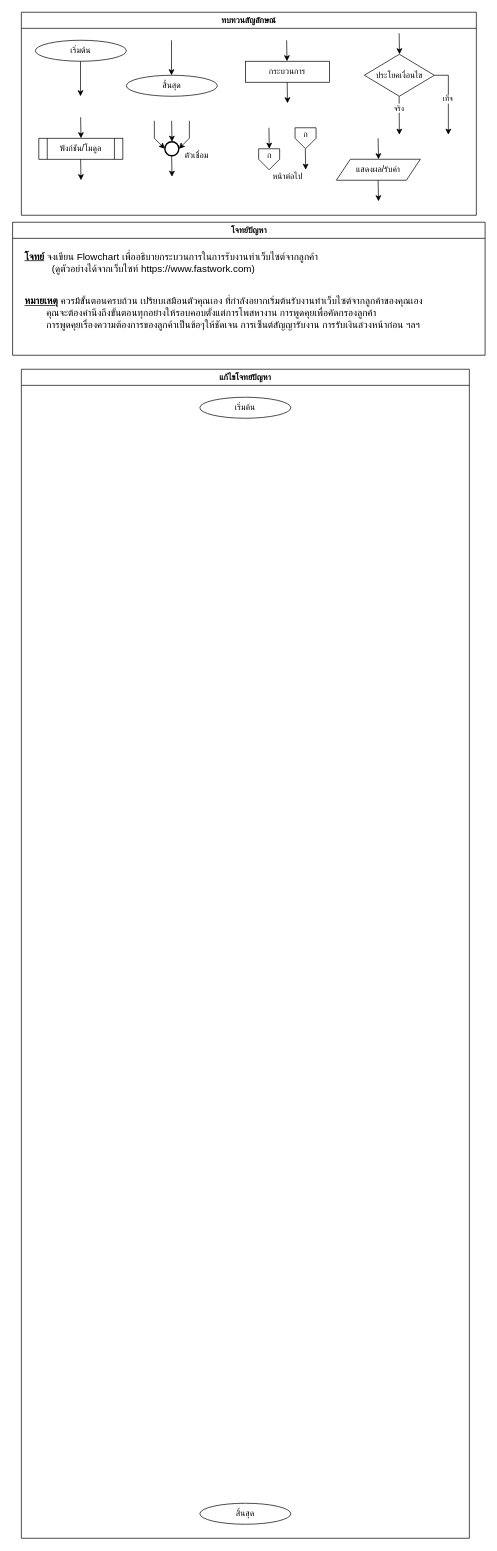
This is Homework/HW02/hw02-2-requirement.drawio from engcc304/hw02-2-user-requirement-Cinnamon77777, a draw.io file, before an edit. Source tidied: cells renumbered, new cells numbered last; positions are measured from the earlier drawing's top-left corner, leaving out a move shared by most shapes. Both pictures are drawn from the tidied source at 70%, with x=0, y=0 at pixel (13, 12).
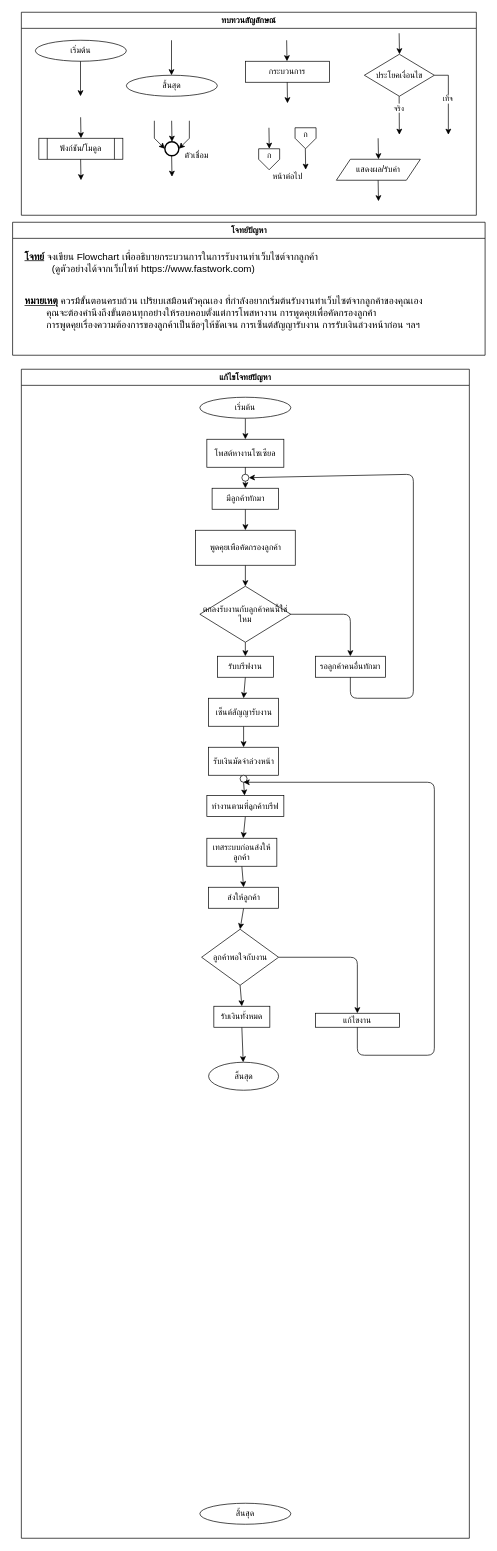
The same diagram, later.

Unchanged cells that the change refers to:
```xml
<mxCell id="35" value="แก้ไขโจทย์ปัญหา" style="swimlane;fontFamily=Sarabun;" parent="1" vertex="1">
  <mxGeometry x="12" y="510" width="640" height="1670" as="geometry" />
</mxCell>
<mxCell id="36" value="&lt;font face=&quot;Sarabun&quot;&gt;เริ่มต้น&lt;/font&gt;" style="ellipse;whiteSpace=wrap;html=1;" parent="35" vertex="1">
  <mxGeometry x="255" y="40" width="130" height="30" as="geometry" />
</mxCell>
```

Change to the diagram source:
```diff
@@
+    <mxCell id="40" style="edgeStyle=none;html=1;exitX=0.5;exitY=1;exitDx=0;exitDy=0;entryX=0.5;entryY=0;entryDx=0;entryDy=0;" parent="35" edge="1" source="36" target="42">
+      <mxGeometry relative="1" as="geometry" />
+    </mxCell>
@@
+    <mxCell id="41" style="edgeStyle=none;html=1;exitX=0.5;exitY=1;exitDx=0;exitDy=0;entryX=0.5;entryY=0;entryDx=0;entryDy=0;startArrow=none;" parent="35" edge="1" source="70" target="44">
+      <mxGeometry relative="1" as="geometry" />
+    </mxCell>
+    <mxCell id="42" value="โพสต์หางานโซเซียล" style="rounded=0;whiteSpace=wrap;html=1;" parent="35" vertex="1">
+      <mxGeometry x="265" y="100" width="110" height="40" as="geometry" />
+    </mxCell>
+    <mxCell id="43" style="edgeStyle=none;html=1;exitX=0.5;exitY=1;exitDx=0;exitDy=0;entryX=0.5;entryY=0;entryDx=0;entryDy=0;" parent="35" edge="1" source="44" target="46">
+      <mxGeometry relative="1" as="geometry" />
+    </mxCell>
+    <mxCell id="44" value="มีลูกค้าทักมา" style="rounded=0;whiteSpace=wrap;html=1;" parent="35" vertex="1">
+      <mxGeometry x="272.5" y="170" width="95" height="30" as="geometry" />
+    </mxCell>
+    <mxCell id="45" style="edgeStyle=none;html=1;" parent="35" edge="1" source="46" target="49">
+      <mxGeometry relative="1" as="geometry" />
+    </mxCell>
+    <mxCell id="46" value="พูดคุยเพือคัดกรองลูกค้า" style="rounded=0;whiteSpace=wrap;html=1;" parent="35" vertex="1">
+      <mxGeometry x="248.8" y="230" width="142.5" height="50" as="geometry" />
+    </mxCell>
+    <mxCell id="47" style="edgeStyle=none;html=1;exitX=0.5;exitY=1;exitDx=0;exitDy=0;entryX=0.5;entryY=0;entryDx=0;entryDy=0;" parent="35" edge="1" source="49" target="51">
+      <mxGeometry relative="1" as="geometry" />
+    </mxCell>
+    <mxCell id="48" style="edgeStyle=none;html=1;exitX=1;exitY=0.5;exitDx=0;exitDy=0;entryX=0.5;entryY=0;entryDx=0;entryDy=0;" parent="35" edge="1" source="49" target="52">
+      <mxGeometry relative="1" as="geometry">
+        <Array as="points">
+          <mxPoint x="470" y="350" />
+        </Array>
+      </mxGeometry>
+    </mxCell>
+    <mxCell id="49" value="ตกลงรับงานกับลูกค้าคนนี้ใช่ไหม" style="rhombus;whiteSpace=wrap;html=1;" parent="35" vertex="1">
+      <mxGeometry x="255" y="310" width="130" height="80" as="geometry" />
+    </mxCell>
+    <mxCell id="50" style="edgeStyle=none;html=1;exitX=0.5;exitY=1;exitDx=0;exitDy=0;entryX=0.5;entryY=0;entryDx=0;entryDy=0;" parent="35" edge="1" source="51" target="54">
+      <mxGeometry relative="1" as="geometry" />
+    </mxCell>
+    <mxCell id="51" value="รับบรีฟงาน" style="rounded=0;whiteSpace=wrap;html=1;" parent="35" vertex="1">
+      <mxGeometry x="280" y="410" width="80" height="30" as="geometry" />
+    </mxCell>
+    <mxCell id="52" value="รอลูกค้าคนอื่นทักมา" style="rounded=0;whiteSpace=wrap;html=1;" parent="35" vertex="1">
+      <mxGeometry x="420" y="410" width="100" height="30" as="geometry" />
+    </mxCell>
+    <mxCell id="53" style="edgeStyle=none;html=1;exitX=0.5;exitY=1;exitDx=0;exitDy=0;entryX=0.5;entryY=0;entryDx=0;entryDy=0;" parent="35" edge="1" source="54" target="56">
+      <mxGeometry relative="1" as="geometry" />
+    </mxCell>
+    <mxCell id="54" value="เซ็นต์สัญญารับงาน" style="rounded=0;whiteSpace=wrap;html=1;" parent="35" vertex="1">
+      <mxGeometry x="267.5" y="470" width="100" height="40" as="geometry" />
+    </mxCell>
+    <mxCell id="55" style="edgeStyle=none;html=1;exitX=0.5;exitY=1;exitDx=0;exitDy=0;startArrow=none;" parent="35" edge="1" source="74" target="58">
+      <mxGeometry relative="1" as="geometry" />
+    </mxCell>
+    <mxCell id="56" value="รับเงินมัดจำล่วงหน้า" style="rounded=0;whiteSpace=wrap;html=1;" parent="35" vertex="1">
+      <mxGeometry x="267.5" y="540" width="100" height="40" as="geometry" />
+    </mxCell>
+    <mxCell id="57" style="edgeStyle=none;html=1;exitX=0.5;exitY=1;exitDx=0;exitDy=0;" parent="35" edge="1" source="58" target="60">
+      <mxGeometry relative="1" as="geometry" />
+    </mxCell>
+    <mxCell id="58" value="ทำงานตามที่ลูกค้าบรีฟ" style="rounded=0;whiteSpace=wrap;html=1;" parent="35" vertex="1">
+      <mxGeometry x="265" y="609" width="110" height="30" as="geometry" />
+    </mxCell>
+    <mxCell id="59" style="edgeStyle=none;html=1;exitX=0.5;exitY=1;exitDx=0;exitDy=0;entryX=0.5;entryY=0;entryDx=0;entryDy=0;" parent="35" edge="1" source="60" target="62">
+      <mxGeometry relative="1" as="geometry" />
+    </mxCell>
+    <mxCell id="60" value="เทสระบบก่อนส่งให้ลูกค้า" style="rounded=0;whiteSpace=wrap;html=1;" parent="35" vertex="1">
+      <mxGeometry x="265" y="670" width="100" height="40" as="geometry" />
+    </mxCell>
+    <mxCell id="61" style="edgeStyle=none;html=1;exitX=0.5;exitY=1;exitDx=0;exitDy=0;entryX=0.5;entryY=0;entryDx=0;entryDy=0;" parent="35" edge="1" source="62" target="65">
+      <mxGeometry relative="1" as="geometry" />
+    </mxCell>
+    <mxCell id="62" value="ส่งให้ลูกค้า" style="rounded=0;whiteSpace=wrap;html=1;" parent="35" vertex="1">
+      <mxGeometry x="267.5" y="740" width="100" height="30" as="geometry" />
+    </mxCell>
+    <mxCell id="63" style="edgeStyle=none;html=1;exitX=0.5;exitY=1;exitDx=0;exitDy=0;entryX=0.5;entryY=0;entryDx=0;entryDy=0;" parent="35" edge="1" source="65" target="68">
+      <mxGeometry relative="1" as="geometry" />
+    </mxCell>
+    <mxCell id="64" style="edgeStyle=none;html=1;exitX=1;exitY=0.5;exitDx=0;exitDy=0;entryX=0.5;entryY=0;entryDx=0;entryDy=0;" parent="35" edge="1" source="65" target="66">
+      <mxGeometry relative="1" as="geometry">
+        <Array as="points">
+          <mxPoint x="480" y="840" />
+        </Array>
+      </mxGeometry>
+    </mxCell>
+    <mxCell id="65" value="ลูกค้าพอใจกับงาน" style="rhombus;whiteSpace=wrap;html=1;" parent="35" vertex="1">
+      <mxGeometry x="257.5" y="800" width="110" height="80" as="geometry" />
+    </mxCell>
+    <mxCell id="66" value="แก้ไขงาน" style="rounded=0;whiteSpace=wrap;html=1;" parent="35" vertex="1">
+      <mxGeometry x="420" y="920" width="120" height="20" as="geometry" />
+    </mxCell>
+    <mxCell id="67" style="edgeStyle=none;html=1;exitX=0.5;exitY=1;exitDx=0;exitDy=0;" parent="35" edge="1" source="68" target="69">
+      <mxGeometry relative="1" as="geometry" />
+    </mxCell>
+    <mxCell id="68" value="รับเงินทั้งหมด" style="rounded=0;whiteSpace=wrap;html=1;" parent="35" vertex="1">
+      <mxGeometry x="275" y="910" width="80" height="30" as="geometry" />
+    </mxCell>
+    <mxCell id="69" value="สิ้นสุด" style="ellipse;whiteSpace=wrap;html=1;" parent="35" vertex="1">
+      <mxGeometry x="267.5" y="990" width="100" height="40" as="geometry" />
+    </mxCell>
+    <mxCell id="70" style="ellipse;whiteSpace=wrap;html=1;" parent="35" vertex="1">
+      <mxGeometry x="315" y="150" width="10" height="10" as="geometry" />
+    </mxCell>
+    <mxCell id="71" style="edgeStyle=none;html=1;exitX=0.5;exitY=1;exitDx=0;exitDy=0;" parent="35" edge="1" source="52" target="70">
+      <mxGeometry relative="1" as="geometry">
+        <Array as="points">
+          <mxPoint x="470" y="470" />
+          <mxPoint x="560" y="470" />
+          <mxPoint x="560" y="150" />
+        </Array>
+      </mxGeometry>
+    </mxCell>
+    <mxCell id="72" style="edgeStyle=none;html=1;exitX=0.5;exitY=1;exitDx=0;exitDy=0;entryX=0.5;entryY=0;entryDx=0;entryDy=0;endArrow=none;" parent="35" edge="1" source="42" target="70">
+      <mxGeometry relative="1" as="geometry" />
+    </mxCell>
+    <mxCell id="73" style="edgeStyle=none;html=1;exitX=0.5;exitY=1;exitDx=0;exitDy=0;endArrow=none;" parent="35" edge="1" source="56" target="74">
+      <mxGeometry relative="1" as="geometry" />
+    </mxCell>
+    <mxCell id="74" style="ellipse;whiteSpace=wrap;html=1;" parent="35" vertex="1">
+      <mxGeometry x="312.5" y="580" width="10" height="10" as="geometry" />
+    </mxCell>
+    <mxCell id="75" style="edgeStyle=none;html=1;exitX=0.5;exitY=1;exitDx=0;exitDy=0;entryX=0.5;entryY=1;entryDx=0;entryDy=0;" parent="35" edge="1" source="66" target="74">
+      <mxGeometry relative="1" as="geometry">
+        <Array as="points">
+          <mxPoint x="480" y="980" />
+          <mxPoint x="590" y="980" />
+          <mxPoint x="590" y="590" />
+        </Array>
+      </mxGeometry>
+    </mxCell>
```
